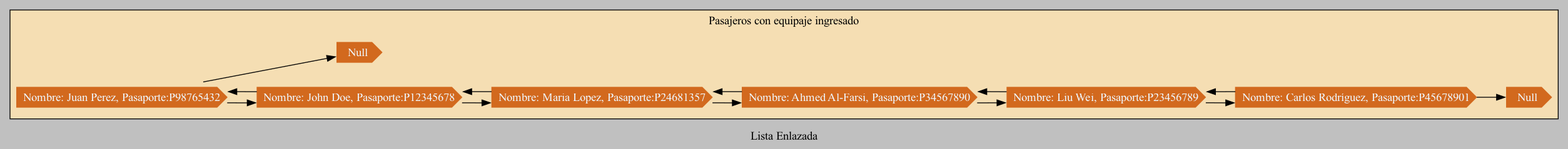
Above: grafica_Atendidos.png in Edwinhndz/201807124_EDD_Practica (Graphviz), before the change. Its source is kept beside it as grafica_Atendidos.dot.
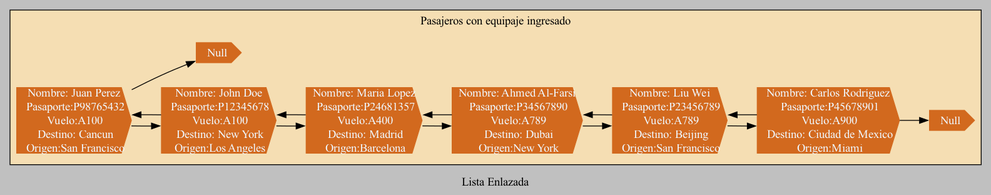
Later version of the same file.

Change to the diagram source:
```diff
@@ -4,12 +4,36 @@
 subgraph cluster_top_floor{
 bgcolor=wheat;
 label="Pasajeros con equipaje ingresado";
-nodo0[ shape=cds , fontcolor=aliceblue , style=filled , color=chocolate , label="Nombre: Juan Perez, Pasaporte:P98765432"]
-nodo1[ shape=cds , fontcolor=aliceblue , style=filled , color=chocolate , label="Nombre: John Doe, Pasaporte:P12345678"]
-nodo2[ shape=cds , fontcolor=aliceblue , style=filled , color=chocolate , label="Nombre: Maria Lopez, Pasaporte:P24681357"]
-nodo3[ shape=cds , fontcolor=aliceblue , style=filled , color=chocolate , label="Nombre: Ahmed Al-Farsi, Pasaporte:P34567890"]
-nodo4[ shape=cds , fontcolor=aliceblue , style=filled , color=chocolate , label="Nombre: Liu Wei, Pasaporte:P23456789"]
-nodo5[ shape=cds , fontcolor=aliceblue , style=filled , color=chocolate , label="Nombre: Carlos Rodríguez, Pasaporte:P45678901"]
+nodo0[ shape=cds , fontcolor=aliceblue , style=filled , color=chocolate , label="Nombre: Juan Perez
+ Pasaporte:P98765432
+ Vuelo:A100
+ Destino: Cancun
+ Origen:San Francisco"]
+nodo1[ shape=cds , fontcolor=aliceblue , style=filled , color=chocolate , label="Nombre: John Doe
+ Pasaporte:P12345678
+ Vuelo:A100
+ Destino: New York
+ Origen:Los Angeles"]
+nodo2[ shape=cds , fontcolor=aliceblue , style=filled , color=chocolate , label="Nombre: Maria Lopez
+ Pasaporte:P24681357
+ Vuelo:A400
+ Destino: Madrid
+ Origen:Barcelona"]
+nodo3[ shape=cds , fontcolor=aliceblue , style=filled , color=chocolate , label="Nombre: Ahmed Al-Farsi
+ Pasaporte:P34567890
+ Vuelo:A789
+ Destino: Dubai
+ Origen:New York"]
+nodo4[ shape=cds , fontcolor=aliceblue , style=filled , color=chocolate , label="Nombre: Liu Wei
+ Pasaporte:P23456789
+ Vuelo:A789
+ Destino: Beijing
+ Origen:San Francisco"]
+nodo5[ shape=cds , fontcolor=aliceblue , style=filled , color=chocolate , label="Nombre: Carlos Rodríguez
+ Pasaporte:P45678901
+ Vuelo:A900
+ Destino: Ciudad de Mexico
+ Origen:Miami"]
 nul[ shape=cds , fontcolor=aliceblue , style=filled , color=chocolate , label="Null "]
 nul2[ shape=cds , fontcolor=aliceblue , style=filled , color=chocolate , label="Null "]
 nodo0 -> nodo1 -> nodo2 -> nodo3 -> nodo4 -> nodo5;
```
